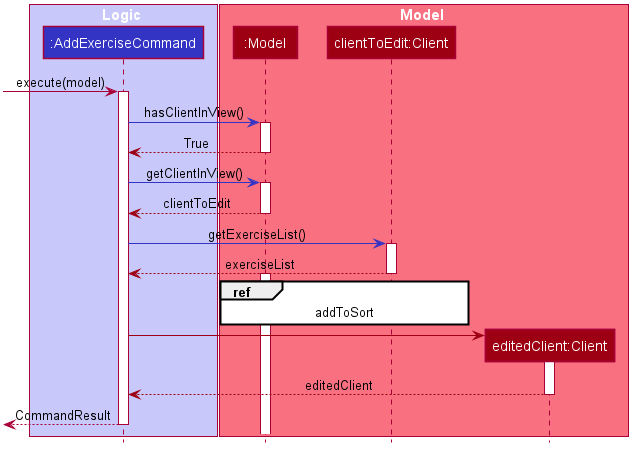
Above: docs/images/AddExerciseCommandSequenceDiagram.png in tohkerwei/main (PlantUML), before the change.
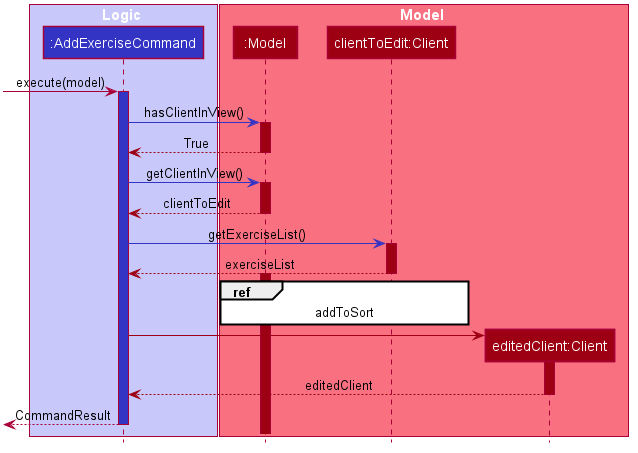
After the commit.

Diff of the diagram source:
```diff
@@ -60,30 +60,30 @@
 
 [-> AddExerciseCommand : execute(model)
 
-activate AddExerciseCommand
+activate AddExerciseCommand #3333C4
 AddExerciseCommand -[#3333C4]> model : hasClientInView()
 
-activate model
+activate model #9D0012
 model --[#9D0012]> AddExerciseCommand : True
 deactivate model
 
 AddExerciseCommand -[#3333C4]> model : getClientInView()
-activate model
+activate model #9D0012
 AddExerciseCommand <[#9D0012]-- model : clientToEdit
 deactivate model
 
 AddExerciseCommand -[#3333C4]> client : getExerciseList()
-activate client
+activate client #9D0012
 AddExerciseCommand <[#9D0012]-- client : exerciseList
 deactivate client
 
-activate model
+activate model #9D0012
 ref over model, client
     addToSort
 end ref
 
 AddExerciseCommand -[#9D0012]> client2 **
-activate client2
+activate client2 #9D0012
 
 client2 --[#9D0012]> AddExerciseCommand : editedClient
 deactivate client2
```
